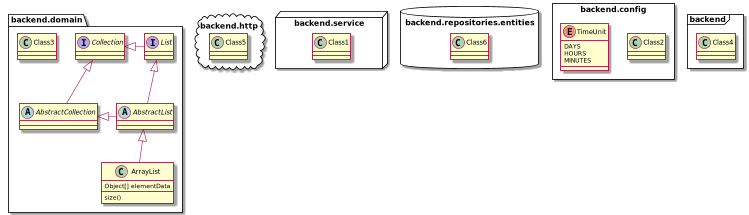
Above: images/Domain_class.png in artisan-logiciel/section (PlantUML), before the change.
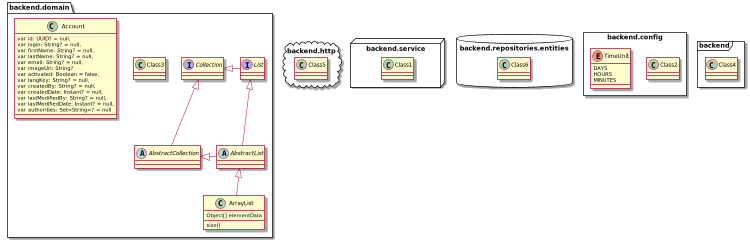
The same diagram one commit later.

Commit message:
:server: renaming and refactoring, update README page.

Diff of the diagram source:
```diff
@@ -18,6 +18,22 @@
   class ArrayList {
   Object[] elementData
   size()
+  }
+
+  class Account{
+    var id: UUID? = null,
+    var login: String? = null,
+    var firstName: String? = null,
+    var lastName: String? = null,
+    var email: String? = null,
+    var imageUrl: String?
+    var activated: Boolean = false,
+    var langKey: String? = null,
+    var createdBy: String? = null,
+    var createdDate: Instant? = null,
+    var lastModifiedBy: String? = null,
+    var lastModifiedDate: Instant? = null,
+    var authorities: Set<String>? = null
   }
 
 }
```
